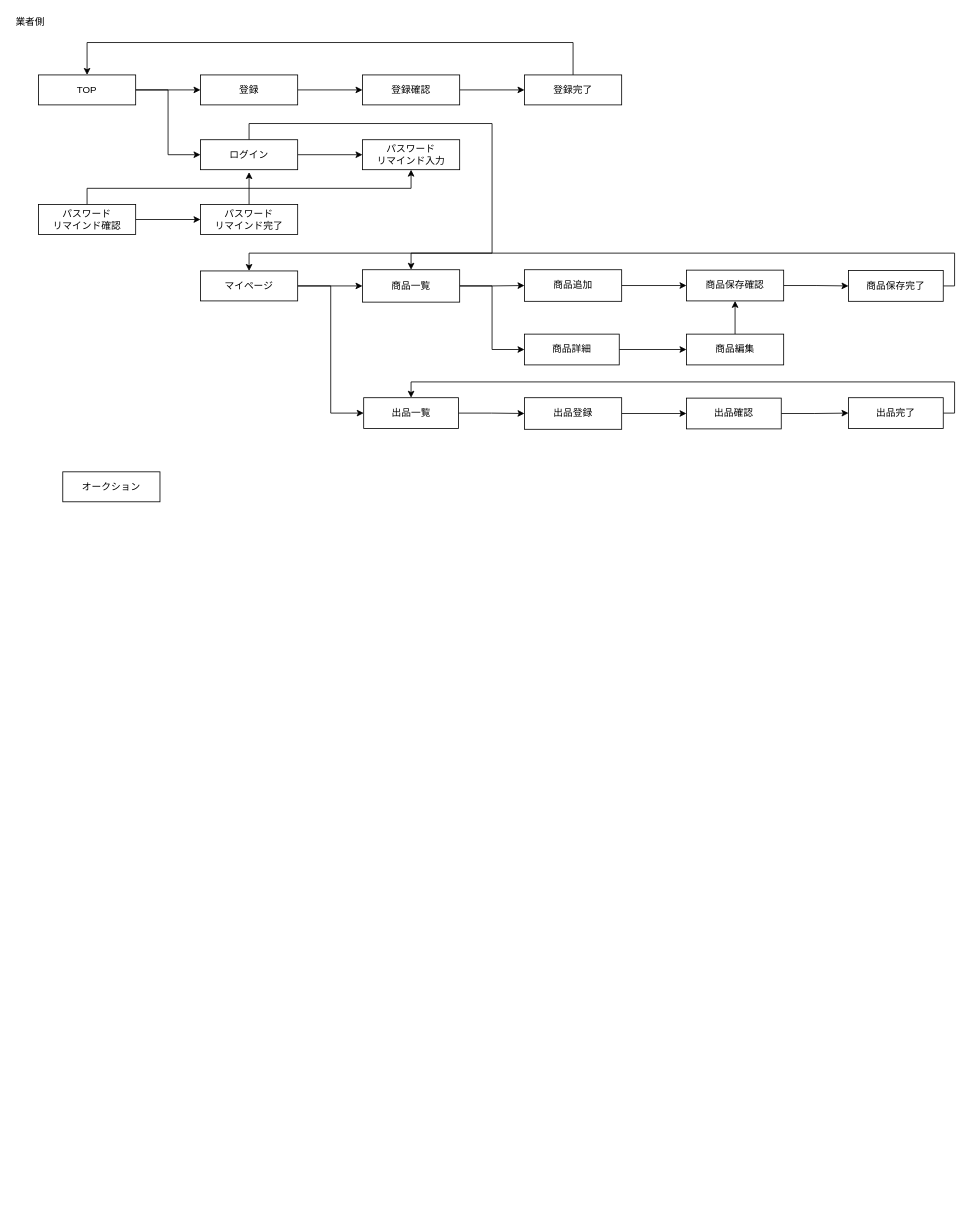
Before: Untitled Diagram.drawio in cy-shuhei-ohno/test, a draw.io diagram. Source tidied: cells renumbered, new cells numbered last; positions are measured from the earlier drawing's top-left corner, leaving out a move shared by most shapes. Both pictures are drawn from the tidied source at 81%, with x=0, y=0 at pixel (14, 14).
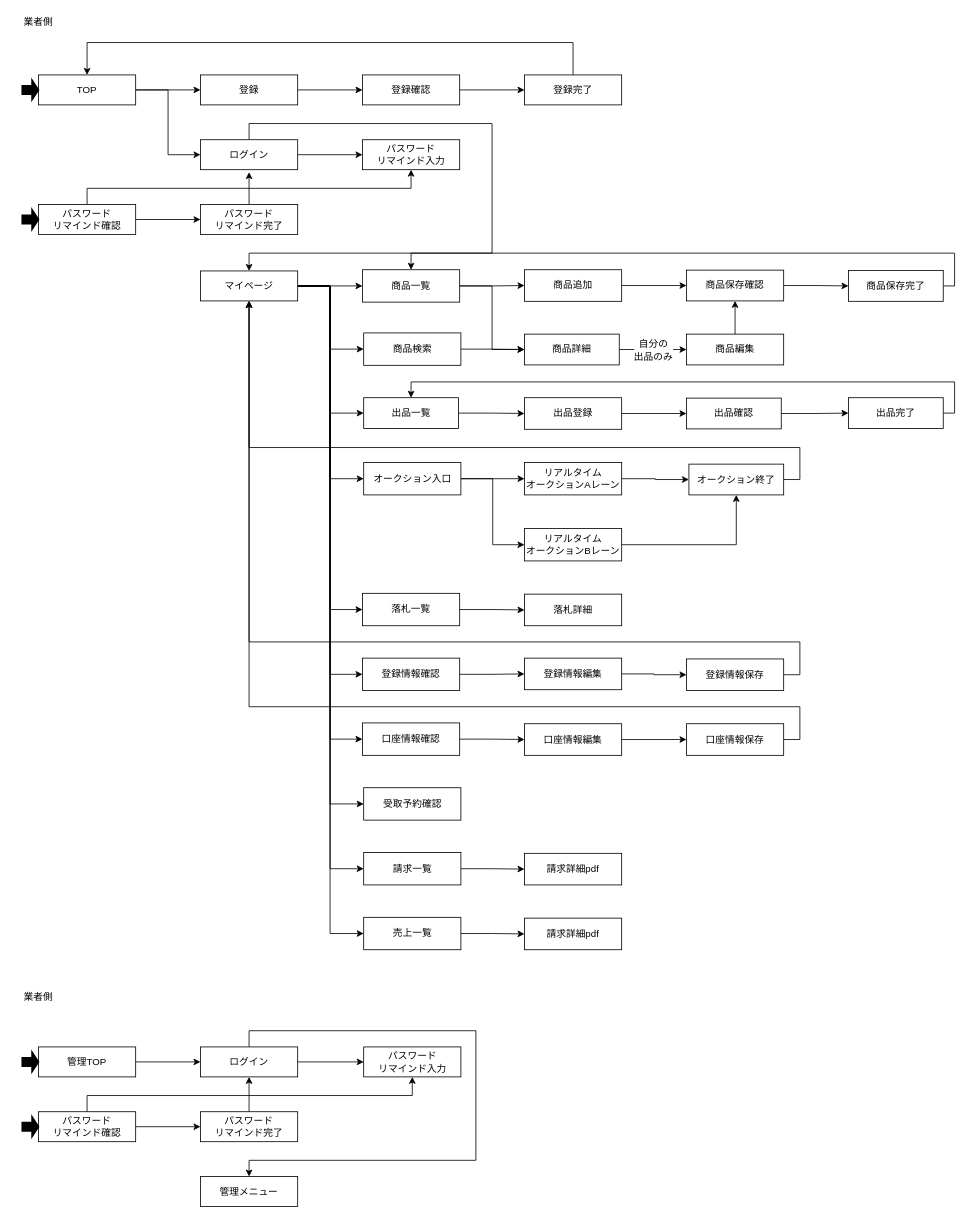
Above is the later version.

Unchanged cells that the change refers to:
```xml
<mxCell id="4" value="マイページ" style="whiteSpace=wrap;html=1;" parent="1" vertex="1">
  <mxGeometry x="230" y="317" width="120" height="37" as="geometry" />
</mxCell>
<mxCell id="5" style="edgeStyle=orthogonalEdgeStyle;rounded=0;jettySize=auto;html=1;entryX=0;entryY=0.5;entryDx=0;entryDy=0;" parent="1" edge="1" source="6" target="39">
  <mxGeometry relative="1" as="geometry" />
</mxCell>
<mxCell id="6" value="商品詳細" style="whiteSpace=wrap;html=1;" parent="1" vertex="1">
  <mxGeometry x="630" y="395" width="117" height="38" as="geometry" />
</mxCell>
<mxCell id="33" value="出品一覧" style="whiteSpace=wrap;html=1;" parent="1" vertex="1">
  <mxGeometry x="431.5" y="473.5" width="117" height="38" as="geometry" />
</mxCell>
```

What changed in the source:
```diff
@@
     <mxCell id="3" style="edgeStyle=orthogonalEdgeStyle;rounded=0;jettySize=auto;html=1;entryX=0;entryY=0.5;entryDx=0;entryDy=0;" parent="1" edge="1" source="4" target="33">
-      <mxGeometry relative="1" as="geometry" />
+      <mxGeometry relative="1" as="geometry">
+        <Array as="points">
+          <mxPoint x="390" y="335" />
+          <mxPoint x="390" y="493" />
+        </Array>
+      </mxGeometry>
     </mxCell>
+    <mxCell id="46" style="edgeStyle=orthogonalEdgeStyle;rounded=0;jettySize=auto;html=1;entryX=0;entryY=0.5;entryDx=0;entryDy=0;" parent="1" edge="1" source="4" target="56">
+      <mxGeometry relative="1" as="geometry">
+        <Array as="points">
+          <mxPoint x="390" y="335" />
+          <mxPoint x="390" y="735" />
+        </Array>
+      </mxGeometry>
+    </mxCell>
+    <mxCell id="47" style="edgeStyle=orthogonalEdgeStyle;rounded=0;jettySize=auto;html=1;entryX=0;entryY=0.5;entryDx=0;entryDy=0;" parent="1" edge="1" source="4" target="60">
+      <mxGeometry relative="1" as="geometry">
+        <Array as="points">
+          <mxPoint x="390" y="335" />
+          <mxPoint x="390" y="574" />
+        </Array>
+      </mxGeometry>
+    </mxCell>
+    <mxCell id="48" style="edgeStyle=orthogonalEdgeStyle;rounded=0;jettySize=auto;html=1;entryX=0;entryY=0.5;entryDx=0;entryDy=0;" parent="1" edge="1" source="4" target="68">
+      <mxGeometry relative="1" as="geometry" />
+    </mxCell>
+    <mxCell id="49" style="edgeStyle=orthogonalEdgeStyle;rounded=0;jettySize=auto;html=1;entryX=0;entryY=0.5;entryDx=0;entryDy=0;" parent="1" edge="1" source="4" target="74">
+      <mxGeometry relative="1" as="geometry" />
+    </mxCell>
+    <mxCell id="50" style="edgeStyle=orthogonalEdgeStyle;rounded=0;jettySize=auto;html=1;entryX=0;entryY=0.5;entryDx=0;entryDy=0;" parent="1" edge="1" source="4" target="81">
+      <mxGeometry relative="1" as="geometry">
+        <Array as="points">
+          <mxPoint x="390" y="335" />
+          <mxPoint x="390" y="975" />
+        </Array>
+      </mxGeometry>
+    </mxCell>
+    <mxCell id="51" style="edgeStyle=orthogonalEdgeStyle;rounded=0;jettySize=auto;html=1;entryX=0;entryY=0.5;entryDx=0;entryDy=0;" parent="1" edge="1" source="4" target="83">
+      <mxGeometry relative="1" as="geometry">
+        <Array as="points">
+          <mxPoint x="390" y="335" />
+          <mxPoint x="390" y="1055" />
+        </Array>
+      </mxGeometry>
+    </mxCell>
+    <mxCell id="52" style="edgeStyle=orthogonalEdgeStyle;rounded=0;jettySize=auto;html=1;entryX=0;entryY=0.5;entryDx=0;entryDy=0;" parent="1" edge="1" source="4" target="86">
+      <mxGeometry relative="1" as="geometry">
+        <Array as="points">
+          <mxPoint x="390" y="335" />
+          <mxPoint x="390" y="1135" />
+        </Array>
+      </mxGeometry>
+    </mxCell>
+    <mxCell id="53" style="edgeStyle=orthogonalEdgeStyle;rounded=0;jettySize=auto;html=1;entryX=0;entryY=0.5;entryDx=0;entryDy=0;" parent="1" edge="1" source="4" target="89">
+      <mxGeometry relative="1" as="geometry">
+        <Array as="points">
+          <mxPoint x="390" y="335" />
+          <mxPoint x="390" y="414" />
+        </Array>
+      </mxGeometry>
+    </mxCell>
@@
+    <mxCell id="54" value="自分の&lt;br&gt;出品のみ" style="text;html=1;align=center;verticalAlign=middle;labelBackgroundColor=#ffffff;" parent="5" vertex="1">
+      <mxGeometry x="0.01" y="-6" relative="1" as="geometry">
+        <mxPoint x="-1" y="-6" as="offset" />
+      </mxGeometry>
+    </mxCell>
@@
-    <mxCell id="12" value="オークション" style="whiteSpace=wrap;html=1;" parent="1" vertex="1">
-      <mxGeometry x="60" y="565" width="120" height="37" as="geometry" />
-    </mxCell>
     <mxCell id="13" value="業者側" style="text;html=1;align=left;verticalAlign=top;spacingTop=-4;" parent="1" vertex="1">
-      <mxGeometry width="50" height="20" as="geometry" />
+      <mxGeometry x="10" width="50" height="20" as="geometry" />
     </mxCell>
@@
+    <mxCell id="55" style="edgeStyle=orthogonalEdgeStyle;rounded=0;jettySize=auto;html=1;entryX=0;entryY=0.5;entryDx=0;entryDy=0;" parent="1" edge="1" source="56" target="57">
+      <mxGeometry relative="1" as="geometry" />
+    </mxCell>
+    <mxCell id="56" value="落札一覧" style="whiteSpace=wrap;html=1;" parent="1" vertex="1">
+      <mxGeometry x="430" y="715" width="120" height="40" as="geometry" />
+    </mxCell>
+    <mxCell id="57" value="落札詳細" style="whiteSpace=wrap;html=1;" parent="1" vertex="1">
+      <mxGeometry x="630" y="716" width="120" height="39" as="geometry" />
+    </mxCell>
+    <mxCell id="58" style="edgeStyle=orthogonalEdgeStyle;rounded=0;jettySize=auto;html=1;entryX=0;entryY=0.5;entryDx=0;entryDy=0;" parent="1" edge="1" source="60" target="62">
+      <mxGeometry relative="1" as="geometry" />
+    </mxCell>
+    <mxCell id="59" style="edgeStyle=orthogonalEdgeStyle;rounded=0;jettySize=auto;html=1;entryX=0;entryY=0.5;entryDx=0;entryDy=0;" parent="1" edge="1" source="60" target="64">
+      <mxGeometry relative="1" as="geometry" />
+    </mxCell>
+    <mxCell id="60" value="オークション入口" style="whiteSpace=wrap;html=1;" parent="1" vertex="1">
+      <mxGeometry x="431.5" y="553.5" width="120" height="40" as="geometry" />
+    </mxCell>
+    <mxCell id="61" style="edgeStyle=orthogonalEdgeStyle;rounded=0;jettySize=auto;html=1;entryX=0;entryY=0.5;entryDx=0;entryDy=0;" parent="1" edge="1" source="62" target="66">
+      <mxGeometry relative="1" as="geometry" />
+    </mxCell>
+    <mxCell id="62" value="リアルタイム&lt;br&gt;オークションAレーン" style="whiteSpace=wrap;html=1;" parent="1" vertex="1">
+      <mxGeometry x="630" y="553.5" width="120" height="40" as="geometry" />
+    </mxCell>
+    <mxCell id="63" style="edgeStyle=orthogonalEdgeStyle;rounded=0;jettySize=auto;html=1;" parent="1" edge="1" source="64" target="66">
+      <mxGeometry relative="1" as="geometry" />
+    </mxCell>
+    <mxCell id="64" value="リアルタイム&lt;br&gt;オークションBレーン" style="whiteSpace=wrap;html=1;" parent="1" vertex="1">
+      <mxGeometry x="630" y="635" width="120" height="40" as="geometry" />
+    </mxCell>
+    <mxCell id="65" style="edgeStyle=orthogonalEdgeStyle;rounded=0;jettySize=auto;html=1;" parent="1" edge="1" source="66" target="4">
+      <mxGeometry relative="1" as="geometry">
+        <Array as="points">
+          <mxPoint x="970" y="574" />
+          <mxPoint x="970" y="535" />
+          <mxPoint x="290" y="535" />
+        </Array>
+      </mxGeometry>
+    </mxCell>
+    <mxCell id="66" value="オークション終了" style="whiteSpace=wrap;html=1;" parent="1" vertex="1">
+      <mxGeometry x="833" y="555.5" width="117" height="38" as="geometry" />
+    </mxCell>
+    <mxCell id="67" style="edgeStyle=orthogonalEdgeStyle;rounded=0;jettySize=auto;html=1;" parent="1" edge="1" source="68" target="70">
+      <mxGeometry relative="1" as="geometry" />
+    </mxCell>
+    <mxCell id="68" value="登録情報確認" style="whiteSpace=wrap;html=1;" parent="1" vertex="1">
+      <mxGeometry x="430" y="795" width="120" height="40" as="geometry" />
+    </mxCell>
+    <mxCell id="69" style="edgeStyle=orthogonalEdgeStyle;rounded=0;jettySize=auto;html=1;entryX=0;entryY=0.5;entryDx=0;entryDy=0;" parent="1" edge="1" source="70" target="72">
+      <mxGeometry relative="1" as="geometry" />
+    </mxCell>
+    <mxCell id="70" value="登録情報編集" style="whiteSpace=wrap;html=1;" parent="1" vertex="1">
+      <mxGeometry x="630" y="795" width="120" height="39" as="geometry" />
+    </mxCell>
+    <mxCell id="71" style="edgeStyle=orthogonalEdgeStyle;rounded=0;jettySize=auto;html=1;entryX=0.5;entryY=1;entryDx=0;entryDy=0;" parent="1" edge="1" source="72" target="4">
+      <mxGeometry relative="1" as="geometry">
+        <Array as="points">
+          <mxPoint x="970" y="815" />
+          <mxPoint x="970" y="775" />
+          <mxPoint x="290" y="775" />
+        </Array>
+      </mxGeometry>
+    </mxCell>
+    <mxCell id="72" value="登録情報保存" style="whiteSpace=wrap;html=1;" parent="1" vertex="1">
+      <mxGeometry x="830" y="796" width="120" height="39" as="geometry" />
+    </mxCell>
+    <mxCell id="73" style="edgeStyle=orthogonalEdgeStyle;rounded=0;jettySize=auto;html=1;entryX=0;entryY=0.5;entryDx=0;entryDy=0;" parent="1" edge="1" source="74" target="76">
+      <mxGeometry relative="1" as="geometry" />
+    </mxCell>
+    <mxCell id="74" value="口座情報確認" style="whiteSpace=wrap;html=1;" parent="1" vertex="1">
+      <mxGeometry x="430" y="875" width="120" height="40" as="geometry" />
+    </mxCell>
+    <mxCell id="75" style="edgeStyle=orthogonalEdgeStyle;rounded=0;jettySize=auto;html=1;entryX=0;entryY=0.5;entryDx=0;entryDy=0;" parent="1" edge="1" source="76" target="78">
+      <mxGeometry relative="1" as="geometry" />
+    </mxCell>
+    <mxCell id="76" value="口座情報編集" style="whiteSpace=wrap;html=1;" parent="1" vertex="1">
+      <mxGeometry x="630" y="876" width="120" height="39" as="geometry" />
+    </mxCell>
+    <mxCell id="77" style="edgeStyle=orthogonalEdgeStyle;rounded=0;jettySize=auto;html=1;" parent="1" edge="1" source="78" target="4">
+      <mxGeometry relative="1" as="geometry">
+        <Array as="points">
+          <mxPoint x="970" y="895" />
+          <mxPoint x="970" y="855" />
+          <mxPoint x="290" y="855" />
+        </Array>
+      </mxGeometry>
+    </mxCell>
+    <mxCell id="78" value="口座情報保存" style="whiteSpace=wrap;html=1;" parent="1" vertex="1">
+      <mxGeometry x="830" y="876" width="120" height="39" as="geometry" />
+    </mxCell>
+    <mxCell id="79" style="shape=mxgraph.arrows.arrow_right;html=1;verticalLabelPosition=bottom;verticalAlign=top;strokeWidth=2;strokeColor=#000000;fillColor=#000000;" parent="1" vertex="1">
+      <mxGeometry x="10" y="81.5" width="20" height="24" as="geometry" />
+    </mxCell>
+    <mxCell id="80" style="shape=mxgraph.arrows.arrow_right;html=1;verticalLabelPosition=bottom;verticalAlign=top;strokeWidth=2;strokeColor=#000000;fillColor=#000000;" parent="1" vertex="1">
+      <mxGeometry x="10" y="241.5" width="20" height="24" as="geometry" />
+    </mxCell>
+    <mxCell id="81" value="受取予約確認" style="whiteSpace=wrap;html=1;" parent="1" vertex="1">
+      <mxGeometry x="431.5" y="955" width="120" height="40" as="geometry" />
+    </mxCell>
+    <mxCell id="82" style="edgeStyle=orthogonalEdgeStyle;rounded=0;jettySize=auto;html=1;entryX=0;entryY=0.5;entryDx=0;entryDy=0;" parent="1" edge="1" source="83" target="84">
+      <mxGeometry relative="1" as="geometry" />
+    </mxCell>
+    <mxCell id="83" value="請求一覧" style="whiteSpace=wrap;html=1;" parent="1" vertex="1">
+      <mxGeometry x="431.5" y="1035" width="120" height="40" as="geometry" />
+    </mxCell>
+    <mxCell id="84" value="請求詳細pdf" style="whiteSpace=wrap;html=1;" parent="1" vertex="1">
+      <mxGeometry x="630" y="1036" width="120" height="39" as="geometry" />
+    </mxCell>
+    <mxCell id="85" style="edgeStyle=orthogonalEdgeStyle;rounded=0;jettySize=auto;html=1;entryX=0;entryY=0.5;entryDx=0;entryDy=0;" parent="1" edge="1" source="86" target="87">
+      <mxGeometry relative="1" as="geometry" />
+    </mxCell>
+    <mxCell id="86" value="売上一覧" style="whiteSpace=wrap;html=1;" parent="1" vertex="1">
+      <mxGeometry x="431.5" y="1115" width="120" height="40" as="geometry" />
+    </mxCell>
+    <mxCell id="87" value="請求詳細pdf" style="whiteSpace=wrap;html=1;" parent="1" vertex="1">
+      <mxGeometry x="630" y="1116" width="120" height="39" as="geometry" />
+    </mxCell>
+    <mxCell id="88" style="edgeStyle=orthogonalEdgeStyle;rounded=0;jettySize=auto;html=1;entryX=0;entryY=0.5;entryDx=0;entryDy=0;" parent="1" edge="1" source="89" target="6">
+      <mxGeometry relative="1" as="geometry" />
+    </mxCell>
+    <mxCell id="89" value="商品検索" style="whiteSpace=wrap;html=1;" parent="1" vertex="1">
+      <mxGeometry x="431.5" y="393.5" width="120" height="40" as="geometry" />
+    </mxCell>
+    <mxCell id="90" value="業者側" style="text;html=1;align=left;verticalAlign=top;spacingTop=-4;" parent="1" vertex="1">
+      <mxGeometry x="10" y="1204" width="50" height="20" as="geometry" />
+    </mxCell>
+    <mxCell id="91" style="edgeStyle=orthogonalEdgeStyle;rounded=0;jettySize=auto;html=1;entryX=0;entryY=0.5;entryDx=0;entryDy=0;" parent="1" edge="1" source="92" target="96">
+      <mxGeometry relative="1" as="geometry" />
+    </mxCell>
+    <mxCell id="92" value="管理TOP" style="whiteSpace=wrap;html=1;" parent="1" vertex="1">
+      <mxGeometry x="30" y="1275" width="120" height="37" as="geometry" />
+    </mxCell>
+    <mxCell id="93" style="shape=mxgraph.arrows.arrow_right;html=1;verticalLabelPosition=bottom;verticalAlign=top;strokeWidth=2;strokeColor=#000000;fillColor=#000000;" parent="1" vertex="1">
+      <mxGeometry x="10" y="1281.5" width="20" height="24" as="geometry" />
+    </mxCell>
+    <mxCell id="94" style="edgeStyle=orthogonalEdgeStyle;rounded=0;jettySize=auto;html=1;entryX=0;entryY=0.5;entryDx=0;entryDy=0;" parent="1" edge="1" source="96" target="97">
+      <mxGeometry relative="1" as="geometry" />
+    </mxCell>
+    <mxCell id="95" style="edgeStyle=orthogonalEdgeStyle;rounded=0;jettySize=auto;html=1;entryX=0.5;entryY=0;entryDx=0;entryDy=0;" parent="1" edge="1" source="96" target="104">
+      <mxGeometry relative="1" as="geometry">
+        <Array as="points">
+          <mxPoint x="290" y="1255" />
+          <mxPoint x="570" y="1255" />
+          <mxPoint x="570" y="1415" />
+          <mxPoint x="290" y="1415" />
+        </Array>
+      </mxGeometry>
+    </mxCell>
+    <mxCell id="96" value="ログイン" style="whiteSpace=wrap;html=1;" parent="1" vertex="1">
+      <mxGeometry x="230" y="1275" width="120" height="37" as="geometry" />
+    </mxCell>
+    <mxCell id="97" value="パスワード&lt;br&gt;リマインド入力" style="whiteSpace=wrap;html=1;" parent="1" vertex="1">
+      <mxGeometry x="431.5" y="1275" width="120" height="37" as="geometry" />
+    </mxCell>
+    <mxCell id="98" style="edgeStyle=orthogonalEdgeStyle;rounded=0;jettySize=auto;html=1;entryX=0;entryY=0.5;entryDx=0;entryDy=0;" parent="1" edge="1" source="100" target="102">
+      <mxGeometry relative="1" as="geometry" />
+    </mxCell>
+    <mxCell id="99" style="edgeStyle=orthogonalEdgeStyle;rounded=0;jettySize=auto;html=1;entryX=0.5;entryY=1;entryDx=0;entryDy=0;" parent="1" edge="1" source="100" target="97">
+      <mxGeometry relative="1" as="geometry">
+        <Array as="points">
+          <mxPoint x="90" y="1335" />
+          <mxPoint x="491" y="1335" />
+        </Array>
+      </mxGeometry>
+    </mxCell>
+    <mxCell id="100" value="パスワード&lt;br&gt;リマインド確認" style="whiteSpace=wrap;html=1;" parent="1" vertex="1">
+      <mxGeometry x="30" y="1355" width="120" height="37" as="geometry" />
+    </mxCell>
+    <mxCell id="101" style="edgeStyle=orthogonalEdgeStyle;rounded=0;jettySize=auto;html=1;entryX=0.5;entryY=1;entryDx=0;entryDy=0;" parent="1" edge="1" source="102" target="96">
+      <mxGeometry relative="1" as="geometry" />
+    </mxCell>
+    <mxCell id="102" value="パスワード&lt;br&gt;リマインド完了" style="whiteSpace=wrap;html=1;" parent="1" vertex="1">
+      <mxGeometry x="230" y="1355" width="120" height="37" as="geometry" />
+    </mxCell>
+    <mxCell id="103" style="shape=mxgraph.arrows.arrow_right;html=1;verticalLabelPosition=bottom;verticalAlign=top;strokeWidth=2;strokeColor=#000000;fillColor=#000000;" parent="1" vertex="1">
+      <mxGeometry x="10" y="1361.5" width="20" height="24" as="geometry" />
+    </mxCell>
+    <mxCell id="104" value="管理メニュー" style="whiteSpace=wrap;html=1;" parent="1" vertex="1">
+      <mxGeometry x="230" y="1435" width="120" height="37" as="geometry" />
+    </mxCell>
```
